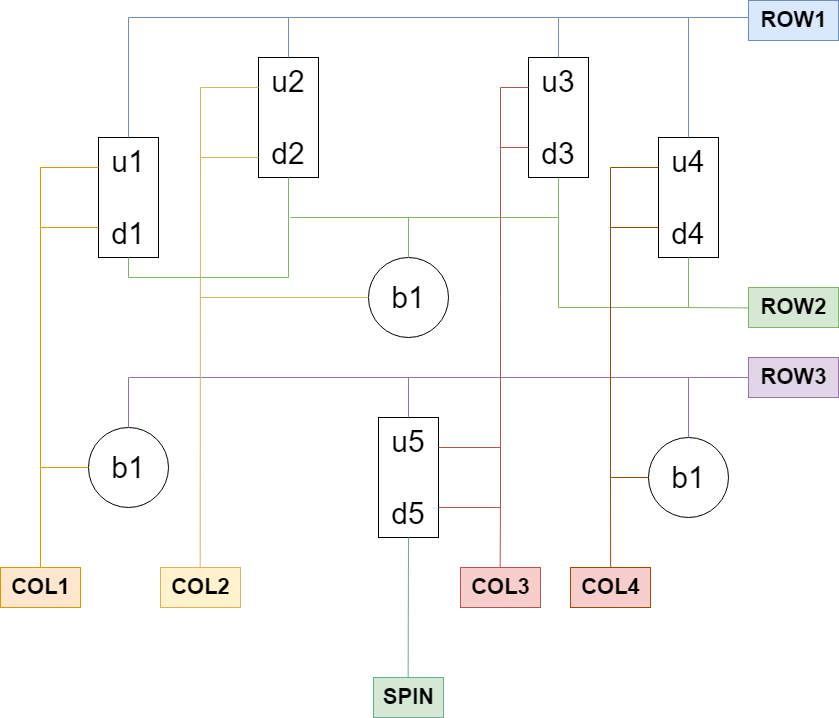
Above: wiring_diagram.png in nicoewok/buttonbox-ac (draw.io), before the change. Source tidied: cells renumbered, new cells last; positions are measured from the earlier drawing's top-left corner, leaving out a move shared by most shapes.
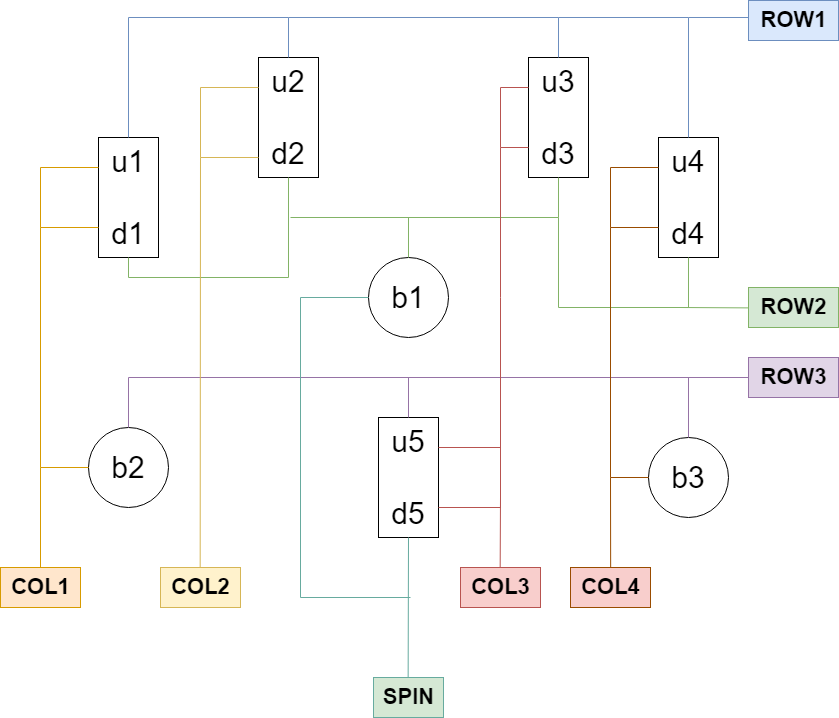
The same diagram one commit later.

Commit message:
updated wiring diagram

Change to the diagram source:
```diff
@@ -17,13 +17,13 @@
     <mxCell id="6" value="u5&lt;br&gt;&lt;br style=&quot;font-size: 30px;&quot;&gt;d5" style="rounded=0;whiteSpace=wrap;html=1;fontSize=30;" parent="1" vertex="1">
       <mxGeometry x="378" y="417" width="60" height="120" as="geometry" />
     </mxCell>
-    <mxCell id="7" value="b1" style="ellipse;whiteSpace=wrap;html=1;fontSize=30;" parent="1" vertex="1">
+    <mxCell id="7" value="b2" style="ellipse;whiteSpace=wrap;html=1;fontSize=30;" parent="1" vertex="1">
       <mxGeometry x="88" y="427" width="80" height="80" as="geometry" />
     </mxCell>
     <mxCell id="8" value="b1" style="ellipse;whiteSpace=wrap;html=1;fontSize=30;" parent="1" vertex="1">
       <mxGeometry x="368" y="257" width="80" height="80" as="geometry" />
     </mxCell>
-    <mxCell id="9" value="b1" style="ellipse;whiteSpace=wrap;html=1;fontSize=30;" parent="1" vertex="1">
+    <mxCell id="9" value="b3" style="ellipse;whiteSpace=wrap;html=1;fontSize=30;" parent="1" vertex="1">
       <mxGeometry x="648" y="437" width="80" height="80" as="geometry" />
     </mxCell>
     <mxCell id="10" style="endArrow=none;html=1;rounded=0;exitX=0.5;exitY=0;exitDx=0;exitDy=0;entryX=0.5;entryY=0;entryDx=0;entryDy=0;fontColor=#0000FF;labelBackgroundColor=default;fillColor=#dae8fc;strokeColor=#6c8ebf;" parent="1" edge="1" source="2" target="3">
@@ -220,11 +220,6 @@
         <mxPoint x="610" y="477" as="targetPoint" />
       </mxGeometry>
     </mxCell>
-    <mxCell id="42" style="endArrow=none;html=1;rounded=0;exitX=0;exitY=0.5;exitDx=0;exitDy=0;fillColor=#fff2cc;strokeColor=#d6b656;" parent="1" edge="1" source="8">
-      <mxGeometry relative="1" as="geometry">
-        <mxPoint x="200" y="297" as="targetPoint" />
-      </mxGeometry>
-    </mxCell>
     <mxCell id="43" style="endArrow=none;html=1;rounded=0;entryX=0;entryY=0.25;entryDx=0;entryDy=0;fillColor=#f8cecc;strokeColor=#b85450;" parent="1" edge="1" target="4">
       <mxGeometry relative="1" as="geometry">
         <mxPoint x="500" y="147" as="sourcePoint" />
@@ -233,5 +228,14 @@
         </Array>
       </mxGeometry>
     </mxCell>
+    <mxCell id="44" style="endArrow=none;html=1;rounded=0;exitX=0;exitY=0.5;exitDx=0;exitDy=0;strokeColor=#67AB9F;" parent="1" edge="1" source="8">
+      <mxGeometry relative="1" as="geometry">
+        <mxPoint x="410" y="597" as="targetPoint" />
+        <Array as="points">
+          <mxPoint x="300" y="297" />
+          <mxPoint x="300" y="597" />
+        </Array>
+      </mxGeometry>
+    </mxCell>
   </root>
 </mxGraphModel>
```
